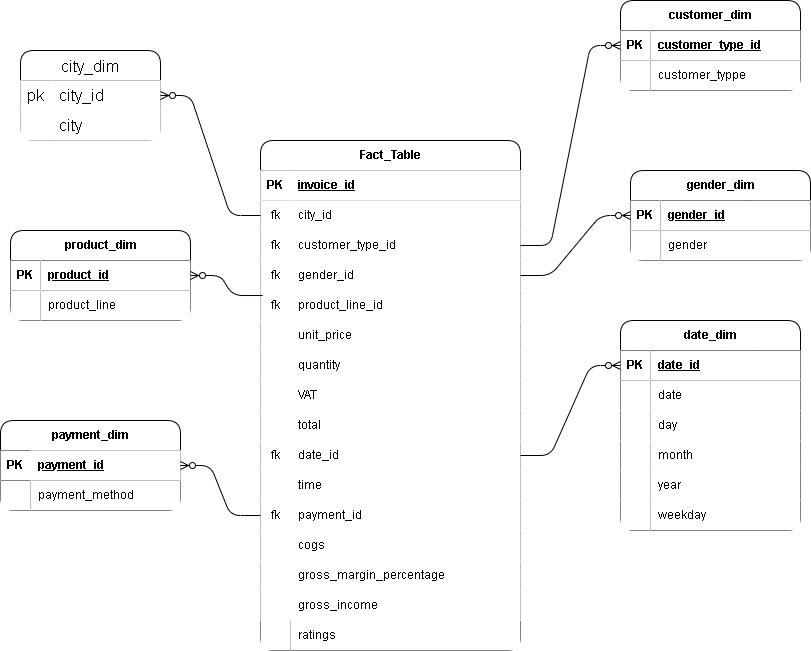
This is WalmartModel.drawio.png from kayikalvin/Walmart-DataAnalysis, a draw.io export, as it was before one commit. Source tidied: cells renumbered, new cells last; positions are measured from the earlier drawing's top-left corner, leaving out a move shared by most shapes.
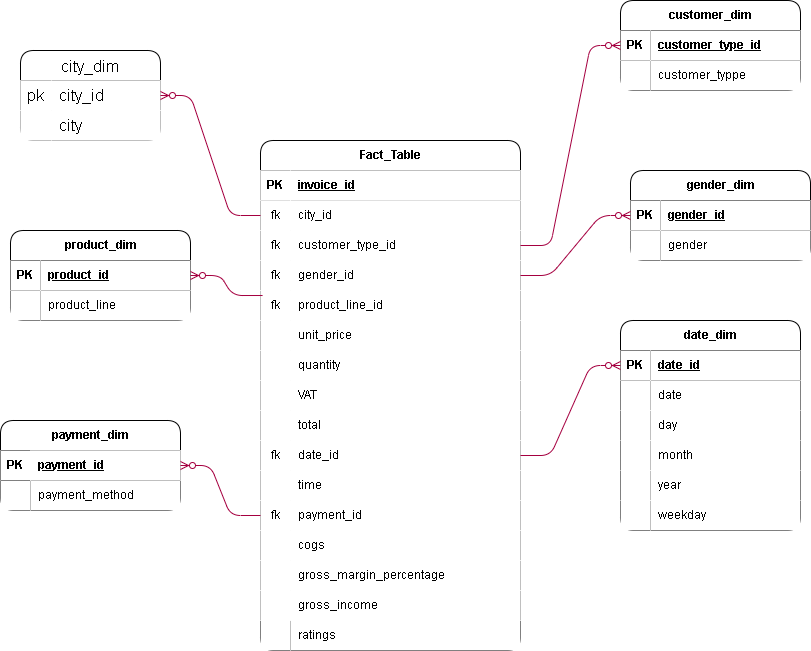
After the commit.

Change to the diagram source:
```diff
@@ -170,7 +170,7 @@
     <mxCell id="57" value="city" style="shape=partialRectangle;html=1;whiteSpace=wrap;top=0;left=0;bottom=0;right=0;align=left;spacingLeft=6;overflow=hidden;fontSize=16;shadow=0;labelBackgroundColor=none;rounded=1;" parent="55" vertex="1">
       <mxGeometry x="31" width="109" height="30" as="geometry" />
     </mxCell>
-    <mxCell id="58" style="edgeStyle=entityRelationEdgeStyle;fontSize=12;html=1;endArrow=ERzeroToMany;endFill=1;rounded=1;shadow=0;labelBackgroundColor=none;fontColor=default;" parent="1" edge="1" source="6" target="52">
+    <mxCell id="58" style="edgeStyle=entityRelationEdgeStyle;fontSize=12;html=1;endArrow=ERzeroToMany;endFill=1;rounded=1;shadow=0;labelBackgroundColor=none;fontColor=default;fillColor=#d80073;strokeColor=#A50040;" parent="1" edge="1" source="6" target="52">
       <mxGeometry relative="1" as="geometry" />
     </mxCell>
     <mxCell id="59" value="customer_dim" style="shape=table;startSize=30;rowLines=0;fontStyle=1;align=center;html=1;labelBackgroundColor=none;rounded=1;" parent="1" vertex="1">
@@ -194,7 +194,7 @@
     <mxCell id="65" value="customer_typpe" style="shape=partialRectangle;top=0;left=0;bottom=0;right=0;align=left;spacingLeft=6;overflow=hidden;whiteSpace=wrap;html=1;labelBackgroundColor=none;rounded=1;" parent="63" vertex="1">
       <mxGeometry x="30" width="150" height="30" as="geometry" />
     </mxCell>
-    <mxCell id="66" style="edgeStyle=entityRelationEdgeStyle;fontSize=12;html=1;endArrow=ERzeroToMany;endFill=1;rounded=1;shadow=0;labelBackgroundColor=none;fontColor=default;" parent="1" edge="1" source="9" target="60">
+    <mxCell id="66" style="edgeStyle=entityRelationEdgeStyle;fontSize=12;html=1;endArrow=ERzeroToMany;endFill=1;rounded=1;shadow=0;labelBackgroundColor=none;fontColor=default;fillColor=#d80073;strokeColor=#A50040;" parent="1" edge="1" source="9" target="60">
       <mxGeometry relative="1" as="geometry" />
     </mxCell>
     <mxCell id="67" value="gender_dim" style="shape=table;startSize=30;rowLines=0;fontStyle=1;align=center;html=1;labelBackgroundColor=none;rounded=1;fillStyle=auto;" parent="1" vertex="1">
@@ -218,7 +218,7 @@
     <mxCell id="73" value="gender" style="shape=partialRectangle;top=0;left=0;bottom=0;right=0;align=left;spacingLeft=6;overflow=hidden;whiteSpace=wrap;html=1;labelBackgroundColor=none;rounded=1;" parent="71" vertex="1">
       <mxGeometry x="30" width="150" height="30" as="geometry" />
     </mxCell>
-    <mxCell id="74" style="edgeStyle=entityRelationEdgeStyle;fontSize=12;html=1;endArrow=ERzeroToMany;endFill=1;rounded=1;shadow=0;labelBackgroundColor=none;fontColor=default;" parent="1" edge="1" source="12" target="68">
+    <mxCell id="74" style="edgeStyle=entityRelationEdgeStyle;fontSize=12;html=1;endArrow=ERzeroToMany;endFill=1;rounded=1;shadow=0;labelBackgroundColor=none;fontColor=default;fillColor=#d80073;strokeColor=#A50040;" parent="1" edge="1" source="12" target="68">
       <mxGeometry relative="1" as="geometry" />
     </mxCell>
     <mxCell id="75" value="&lt;font color=&quot;#000000&quot;&gt;product_dim&lt;/font&gt;" style="shape=table;startSize=30;rowLines=0;fontStyle=1;align=center;html=1;labelBackgroundColor=none;rounded=1;" parent="1" vertex="1">
@@ -242,7 +242,7 @@
     <mxCell id="81" value="product_line" style="shape=partialRectangle;top=0;left=0;bottom=0;right=0;align=left;spacingLeft=6;overflow=hidden;whiteSpace=wrap;html=1;shadow=0;labelBackgroundColor=none;rounded=1;" parent="79" vertex="1">
       <mxGeometry x="30" width="150" height="30" as="geometry" />
     </mxCell>
-    <mxCell id="82" style="edgeStyle=entityRelationEdgeStyle;fontSize=12;html=1;endArrow=ERzeroToMany;endFill=1;rounded=1;exitX=0.008;exitY=0.167;exitDx=0;exitDy=0;exitPerimeter=0;shadow=0;labelBackgroundColor=none;fontColor=default;" parent="1" edge="1" source="15" target="76">
+    <mxCell id="82" style="edgeStyle=entityRelationEdgeStyle;fontSize=12;html=1;endArrow=ERzeroToMany;endFill=1;rounded=1;exitX=0.008;exitY=0.167;exitDx=0;exitDy=0;exitPerimeter=0;shadow=0;labelBackgroundColor=none;fontColor=default;fillColor=#d80073;strokeColor=#A50040;" parent="1" edge="1" source="15" target="76">
       <mxGeometry relative="1" as="geometry" />
     </mxCell>
     <mxCell id="83" value="date_dim" style="shape=table;startSize=30;rowLines=0;fontStyle=1;align=center;html=1;labelBackgroundColor=none;rounded=1;swimlaneFillColor=none;" parent="1" vertex="1">
@@ -302,7 +302,7 @@
     <mxCell id="101" value="weekday" style="shape=partialRectangle;top=0;left=0;bottom=0;right=0;align=left;spacingLeft=6;overflow=hidden;whiteSpace=wrap;html=1;labelBackgroundColor=none;rounded=1;" parent="99" vertex="1">
       <mxGeometry x="30" width="150" height="30" as="geometry" />
     </mxCell>
-    <mxCell id="102" style="edgeStyle=entityRelationEdgeStyle;fontSize=12;html=1;endArrow=ERzeroToMany;endFill=1;rounded=1;entryX=0;entryY=0.5;entryDx=0;entryDy=0;shadow=0;labelBackgroundColor=none;fontColor=default;" parent="1" edge="1" source="30" target="84">
+    <mxCell id="102" style="edgeStyle=entityRelationEdgeStyle;fontSize=12;html=1;endArrow=ERzeroToMany;endFill=1;rounded=1;entryX=0;entryY=0.5;entryDx=0;entryDy=0;shadow=0;labelBackgroundColor=none;fontColor=default;fillColor=#d80073;strokeColor=#A50040;" parent="1" edge="1" source="30" target="84">
       <mxGeometry relative="1" as="geometry" />
     </mxCell>
     <mxCell id="103" style="edgeLabel;html=1;align=center;verticalAlign=middle;labelBackgroundColor=none;" parent="102" vertex="1">
@@ -329,7 +329,7 @@
     <mxCell id="110" value="payment_method" style="shape=partialRectangle;top=0;left=0;bottom=0;right=0;align=left;spacingLeft=6;overflow=hidden;whiteSpace=wrap;html=1;shadow=0;labelBackgroundColor=none;rounded=1;" parent="108" vertex="1">
       <mxGeometry x="30" width="150" height="30" as="geometry" />
     </mxCell>
-    <mxCell id="111" style="edgeStyle=entityRelationEdgeStyle;fontSize=12;html=1;endArrow=ERzeroToMany;endFill=1;rounded=1;shadow=0;labelBackgroundColor=none;fontColor=default;" parent="1" edge="1" source="36" target="105">
+    <mxCell id="111" style="edgeStyle=entityRelationEdgeStyle;fontSize=12;html=1;endArrow=ERzeroToMany;endFill=1;rounded=1;shadow=0;labelBackgroundColor=none;fontColor=default;fillColor=#d80073;strokeColor=#A50040;" parent="1" edge="1" source="36" target="105">
       <mxGeometry relative="1" as="geometry" />
     </mxCell>
   </root>
```
